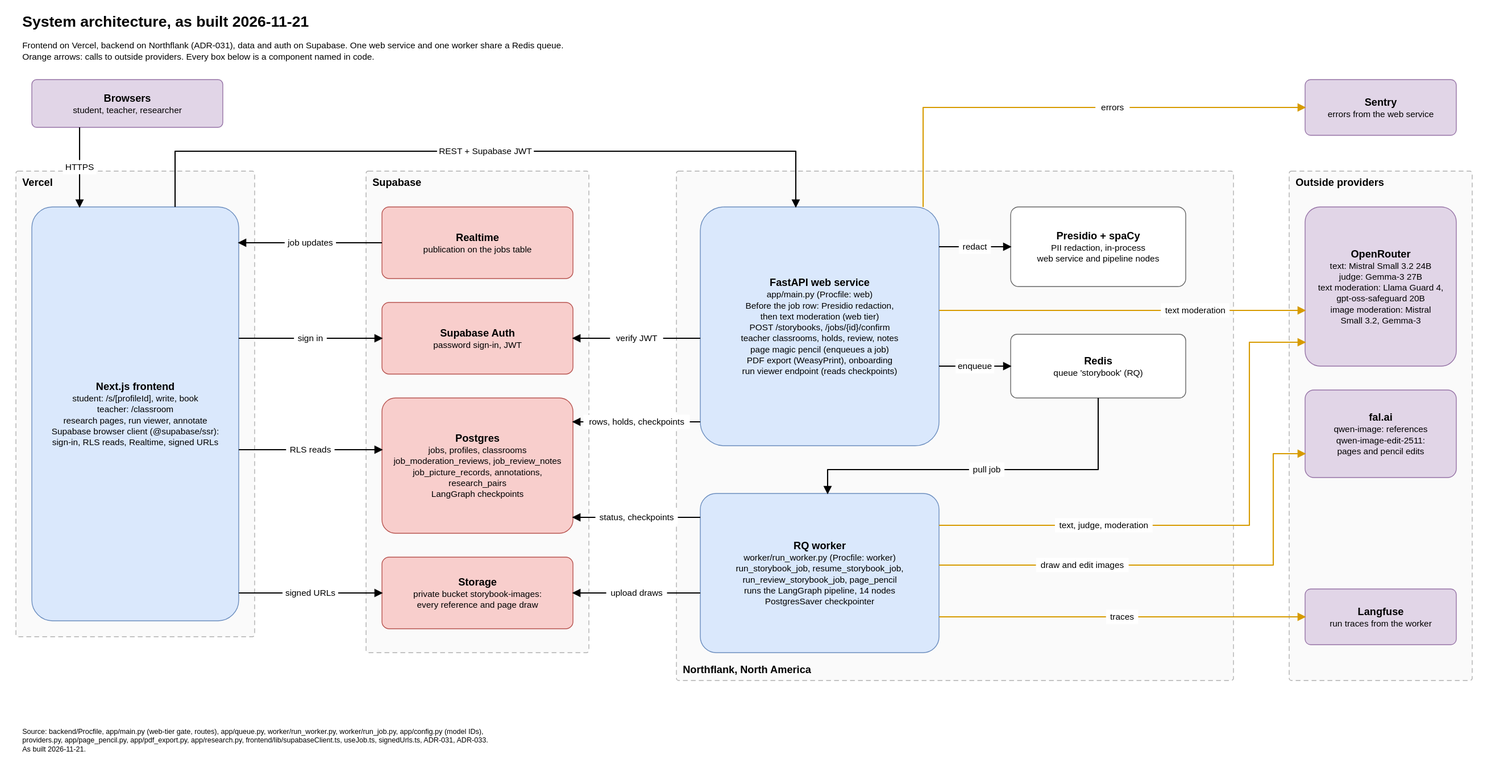
Above: docs/diagrams/drawio/system_architecture.drawio.svg in Hanseooo/story-buddy (draw.io), before the change. Source tidied: cells renumbered, new cells last; positions are measured from the earlier drawing's top-left corner, leaving out a move shared by most shapes.
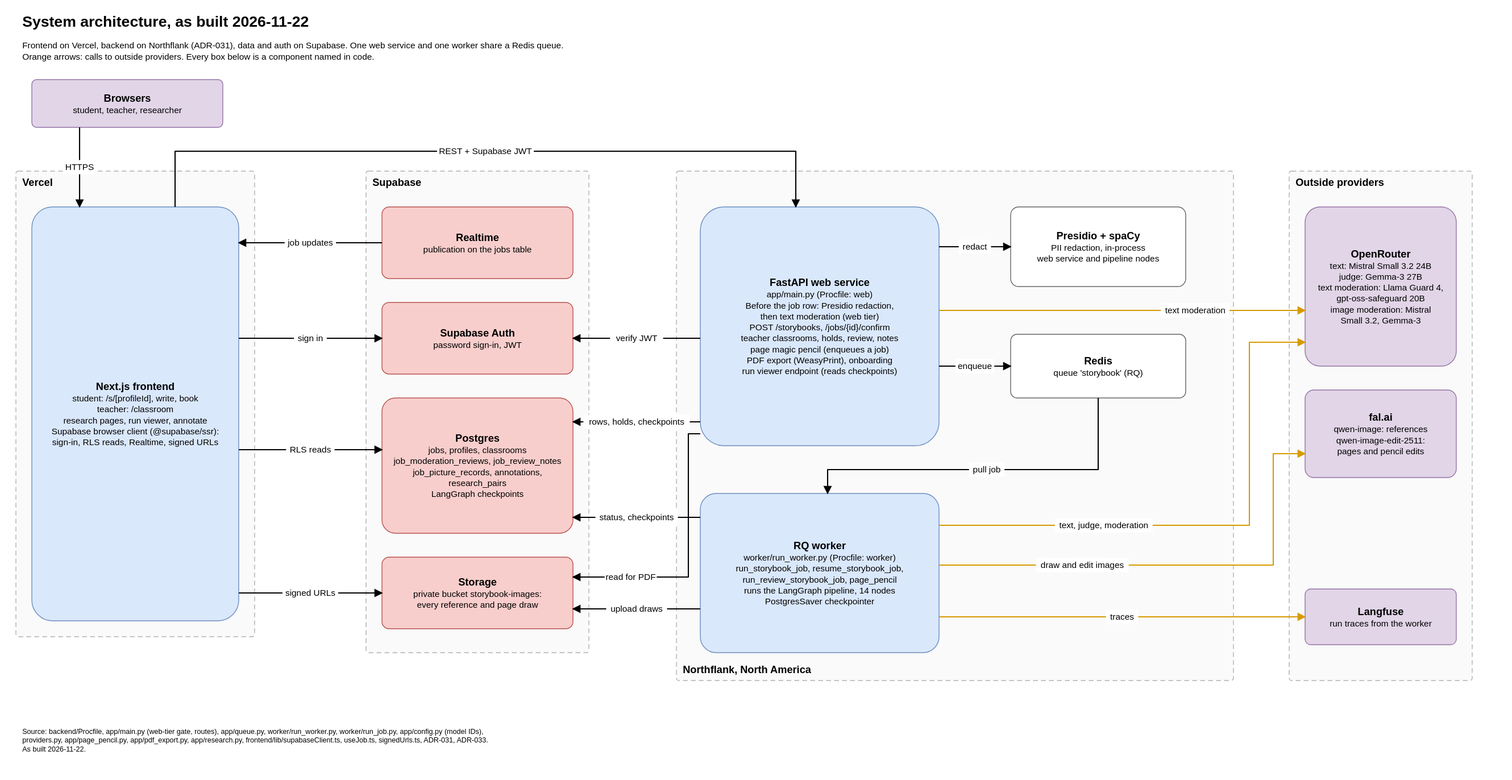
After the change.

The edit, as a diff of the source:
```diff
@@ -2,7 +2,7 @@
   <root>
     <mxCell id="0" />
     <mxCell id="1" parent="0" />
-    <mxCell id="2" value="&lt;b&gt;&lt;font style=&quot;font-size: 19px;&quot;&gt;System architecture, as built 2026-11-21&lt;/font&gt;&lt;/b&gt;" style="text;html=1;whiteSpace=wrap;align=left;verticalAlign=middle;strokeColor=none;fillColor=none;fontSize=14;" parent="1" vertex="1">
+    <mxCell id="2" value="&lt;b&gt;&lt;font style=&quot;font-size: 19px;&quot;&gt;System architecture, as built 2026-11-22&lt;/font&gt;&lt;/b&gt;" style="text;html=1;whiteSpace=wrap;align=left;verticalAlign=middle;strokeColor=none;fillColor=none;fontSize=14;" parent="1" vertex="1">
       <mxGeometry width="900" height="30" as="geometry" />
     </mxCell>
     <mxCell id="3" value="&lt;font style=&quot;font-size: 11px;&quot;&gt;Frontend on Vercel, backend on Northflank (ADR-031), data and auth on Supabase. One web service and one worker share a Redis queue.&lt;/font&gt;&lt;br&gt;&lt;font style=&quot;font-size: 11px;&quot;&gt;Orange arrows: calls to outside providers. Every box below is a component named in code.&lt;/font&gt;" style="text;html=1;whiteSpace=wrap;align=left;verticalAlign=middle;strokeColor=none;fillColor=none;fontSize=13;" parent="1" vertex="1">
@@ -59,9 +59,6 @@
     <mxCell id="20" value="&lt;b&gt;Langfuse&lt;/b&gt;&lt;br&gt;&lt;font style=&quot;font-size: 11px;&quot;&gt;run traces from the worker&lt;/font&gt;" style="rounded=1;arcSize=10;whiteSpace=wrap;html=1;fillColor=#e1d5e7;strokeColor=#9673a6;fontSize=13;align=center;verticalAlign=middle;fontColor=#000000;" parent="1" vertex="1">
       <mxGeometry x="1620" y="728" width="190" height="70" as="geometry" />
     </mxCell>
-    <mxCell id="21" value="&lt;b&gt;Sentry&lt;/b&gt;&lt;br&gt;&lt;font style=&quot;font-size: 11px;&quot;&gt;errors from the web service&lt;/font&gt;" style="rounded=1;arcSize=10;whiteSpace=wrap;html=1;fillColor=#e1d5e7;strokeColor=#9673a6;fontSize=13;align=center;verticalAlign=middle;fontColor=#000000;" parent="1" vertex="1">
-      <mxGeometry x="1620" y="88" width="190" height="70" as="geometry" />
-    </mxCell>
     <mxCell id="22" value="HTTPS" style="edgeStyle=orthogonalEdgeStyle;rounded=0;html=1;jettySize=auto;strokeColor=#000000;strokeWidth=1.5;fontSize=11;labelBackgroundColor=#ffffff;exitX=0.2500;exitY=1.0000;exitDx=0;exitDy=0;exitPerimeter=0;entryX=0.2308;entryY=0.0000;entryDx=0;entryDy=0;entryPerimeter=0;endArrow=block;endFill=1;endSize=6;" parent="1" edge="1" source="8" target="9">
       <mxGeometry relative="1" as="geometry" />
     </mxCell>
@@ -111,9 +108,17 @@
     <mxCell id="34" value="status, checkpoints" style="edgeStyle=orthogonalEdgeStyle;rounded=0;html=1;jettySize=auto;strokeColor=#000000;strokeWidth=1.5;fontSize=11;labelBackgroundColor=#ffffff;exitX=0.0000;exitY=0.1500;exitDx=0;exitDy=0;exitPerimeter=0;entryX=1.0000;entryY=0.8824;entryDx=0;entryDy=0;entryPerimeter=0;endArrow=block;endFill=1;endSize=6;" parent="1" edge="1" source="17" target="12">
       <mxGeometry relative="1" as="geometry" />
     </mxCell>
-    <mxCell id="35" value="upload draws" style="edgeStyle=orthogonalEdgeStyle;rounded=0;html=1;jettySize=auto;strokeColor=#000000;strokeWidth=1.5;fontSize=11;labelBackgroundColor=#ffffff;exitX=0.0000;exitY=0.6250;exitDx=0;exitDy=0;exitPerimeter=0;entryX=1.0000;entryY=0.5000;entryDx=0;entryDy=0;entryPerimeter=0;endArrow=block;endFill=1;endSize=6;" parent="1" edge="1" source="17" target="13">
+    <mxCell id="35" value="upload draws" style="edgeStyle=orthogonalEdgeStyle;rounded=0;html=1;jettySize=auto;strokeColor=#000000;strokeWidth=1.5;fontSize=11;labelBackgroundColor=#ffffff;exitX=0.0000;exitY=0.7250;exitDx=0;exitDy=0;exitPerimeter=0;entryX=1.0000;entryY=0.7222;entryDx=0;entryDy=0;entryPerimeter=0;endArrow=block;endFill=1;endSize=6;" parent="1" edge="1" source="17" target="13">
       <mxGeometry relative="1" as="geometry" />
     </mxCell>
+    <mxCell id="41" value="read for PDF" style="edgeStyle=orthogonalEdgeStyle;rounded=0;html=1;jettySize=auto;strokeColor=#000000;strokeWidth=1.5;fontSize=11;labelBackgroundColor=#ffffff;exitX=0.0000;exitY=0.9500;exitDx=0;exitDy=0;exitPerimeter=0;entryX=1.0000;entryY=0.2778;entryDx=0;entryDy=0;entryPerimeter=0;endArrow=block;endFill=1;endSize=6;" parent="1" edge="1" source="14" target="13">
+      <mxGeometry x="0.57" relative="1" as="geometry">
+        <Array as="points">
+          <mxPoint x="845" y="533" />
+          <mxPoint x="845" y="713" />
+        </Array>
+      </mxGeometry>
+    </mxCell>
     <mxCell id="36" value="text, judge, moderation" style="edgeStyle=orthogonalEdgeStyle;rounded=0;html=1;jettySize=auto;strokeColor=#d79b00;strokeWidth=1.5;fontSize=11;labelBackgroundColor=#ffffff;exitX=1.0000;exitY=0.2000;exitDx=0;exitDy=0;exitPerimeter=0;entryX=0.0000;entryY=0.8500;entryDx=0;entryDy=0;entryPerimeter=0;endArrow=block;endFill=1;endSize=6;" parent="1" edge="1" source="17" target="18">
       <mxGeometry x="-0.4" relative="1" as="geometry">
         <Array as="points">
@@ -133,14 +138,7 @@
     <mxCell id="38" value="traces" style="edgeStyle=orthogonalEdgeStyle;rounded=0;html=1;jettySize=auto;strokeColor=#d79b00;strokeWidth=1.5;fontSize=11;labelBackgroundColor=#ffffff;exitX=1.0000;exitY=0.7750;exitDx=0;exitDy=0;exitPerimeter=0;entryX=0.0000;entryY=0.5000;entryDx=0;entryDy=0;entryPerimeter=0;endArrow=block;endFill=1;endSize=6;" parent="1" edge="1" source="17" target="20">
       <mxGeometry relative="1" as="geometry" />
     </mxCell>
-    <mxCell id="39" value="errors" style="edgeStyle=orthogonalEdgeStyle;rounded=0;html=1;jettySize=auto;strokeColor=#d79b00;strokeWidth=1.5;fontSize=11;labelBackgroundColor=#ffffff;exitX=0.9333;exitY=0.0000;exitDx=0;exitDy=0;exitPerimeter=0;entryX=0.0000;entryY=0.5000;entryDx=0;entryDy=0;entryPerimeter=0;endArrow=block;endFill=1;endSize=6;" parent="1" edge="1" source="14" target="21">
-      <mxGeometry x="0.2" relative="1" as="geometry">
-        <Array as="points">
-          <mxPoint x="1140" y="123" />
-        </Array>
-      </mxGeometry>
-    </mxCell>
-    <mxCell id="40" value="&lt;font style=&quot;font-size: 9px;&quot;&gt;Source: backend/Procfile, app/main.py (web-tier gate, routes), app/queue.py, worker/run_worker.py, worker/run_job.py, app/config.py (model IDs),&lt;/font&gt;&lt;br&gt;&lt;font style=&quot;font-size: 9px;&quot;&gt;providers.py, app/page_pencil.py, app/pdf_export.py, app/research.py, frontend/lib/supabaseClient.ts, useJob.ts, signedUrls.ts, ADR-031, ADR-033.&lt;/font&gt;&lt;br&gt;&lt;font style=&quot;font-size: 9px;&quot;&gt;As built 2026-11-21.&lt;/font&gt;" style="text;html=1;whiteSpace=wrap;align=left;verticalAlign=middle;strokeColor=none;fillColor=none;fontSize=11;" parent="1" vertex="1">
+    <mxCell id="40" value="&lt;font style=&quot;font-size: 9px;&quot;&gt;Source: backend/Procfile, app/main.py (web-tier gate, routes), app/queue.py, worker/run_worker.py, worker/run_job.py, app/config.py (model IDs),&lt;/font&gt;&lt;br&gt;&lt;font style=&quot;font-size: 9px;&quot;&gt;providers.py, app/page_pencil.py, app/pdf_export.py, app/research.py, frontend/lib/supabaseClient.ts, useJob.ts, signedUrls.ts, ADR-031, ADR-033.&lt;/font&gt;&lt;br&gt;&lt;font style=&quot;font-size: 9px;&quot;&gt;As built 2026-11-22.&lt;/font&gt;" style="text;html=1;whiteSpace=wrap;align=left;verticalAlign=middle;strokeColor=none;fillColor=none;fontSize=11;" parent="1" vertex="1">
       <mxGeometry y="888" width="1600" height="60" as="geometry" />
     </mxCell>
   </root>
```
